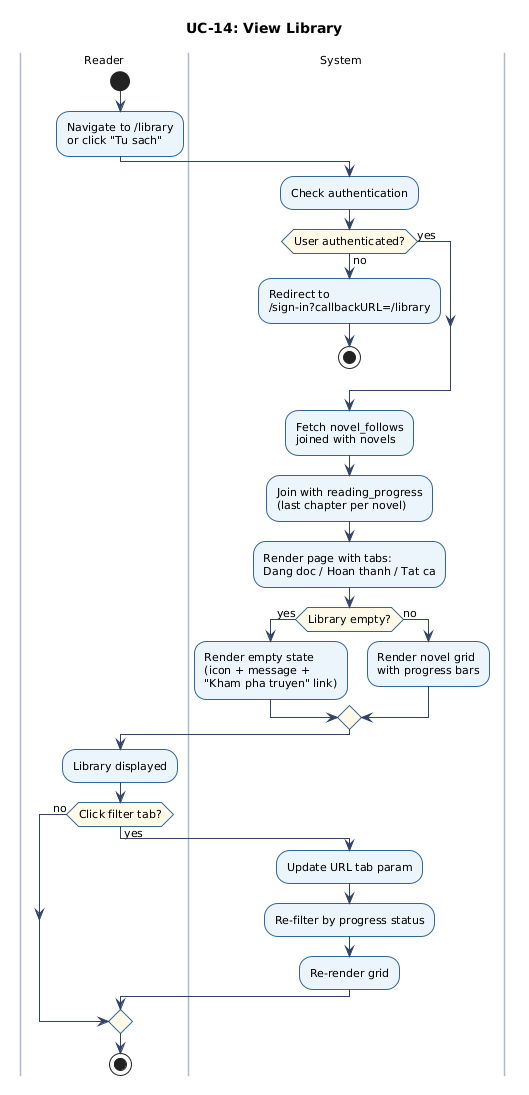
Above: docs/figures/uc-14-activity.png in chinhbmt122/Software-Architecture (PlantUML), before the change.
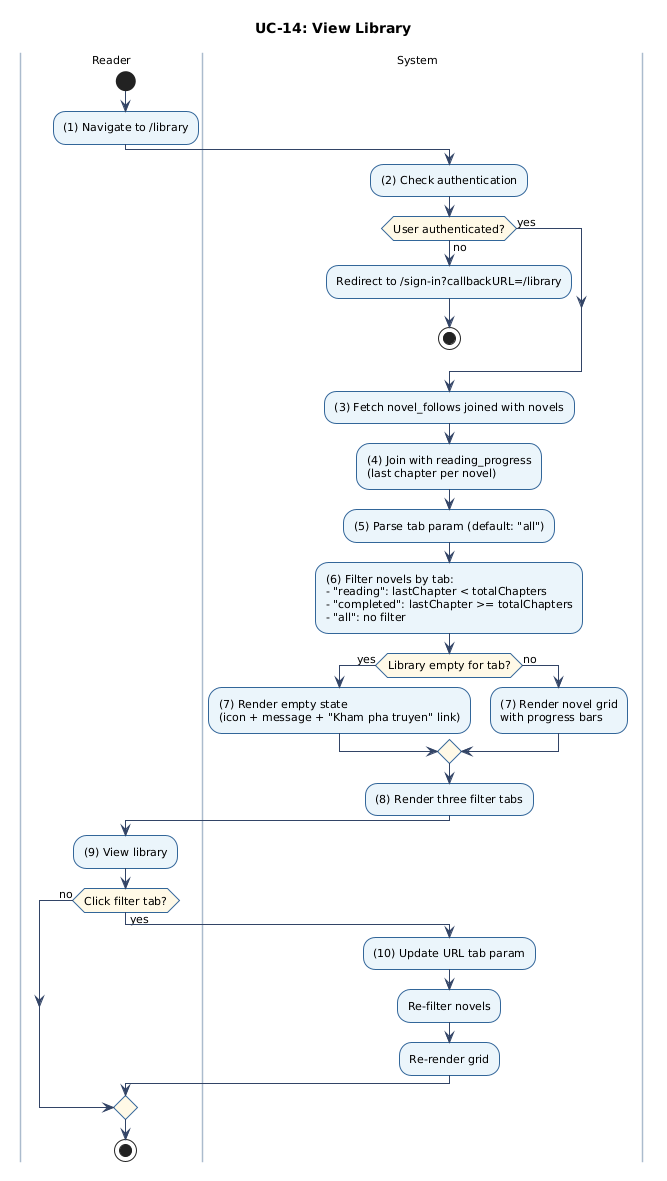
The same file after the commit.

Diff of the diagram source:
```diff
@@ -15,28 +15,30 @@
 title UC-14: View Library
 |Reader|
 start
-:Navigate to /library\nor click "Tu sach";
+:(1) Navigate to /library;
 |System|
-:Check authentication;
+:(2) Check authentication;
 if (User authenticated?) then (no)
-  :Redirect to\n/sign-in?callbackURL=/library;
+  :Redirect to /sign-in?callbackURL=/library;
   stop
 else (yes)
 endif
-:Fetch novel_follows\njoined with novels;
-:Join with reading_progress\n(last chapter per novel);
-:Render page with tabs:\nDang doc / Hoan thanh / Tat ca;
-if (Library empty?) then (yes)
-  :Render empty state\n(icon + message +\n"Kham pha truyen" link);
+:(3) Fetch novel_follows joined with novels;
+:(4) Join with reading_progress\n(last chapter per novel);
+:(5) Parse tab param (default: "all");
+:(6) Filter novels by tab:\n- "reading": lastChapter < totalChapters\n- "completed": lastChapter >= totalChapters\n- "all": no filter;
+if (Library empty for tab?) then (yes)
+  :(7) Render empty state\n(icon + message + "Kham pha truyen" link);
 else (no)
-  :Render novel grid\nwith progress bars;
+  :(7) Render novel grid\nwith progress bars;
 endif
+:(8) Render three filter tabs;
 |Reader|
-:Library displayed;
+:(9) View library;
 if (Click filter tab?) then (yes)
   |System|
-  :Update URL tab param;
-  :Re-filter by progress status;
+  :(10) Update URL tab param;
+  :Re-filter novels;
   :Re-render grid;
   |Reader|
 else (no)
```
